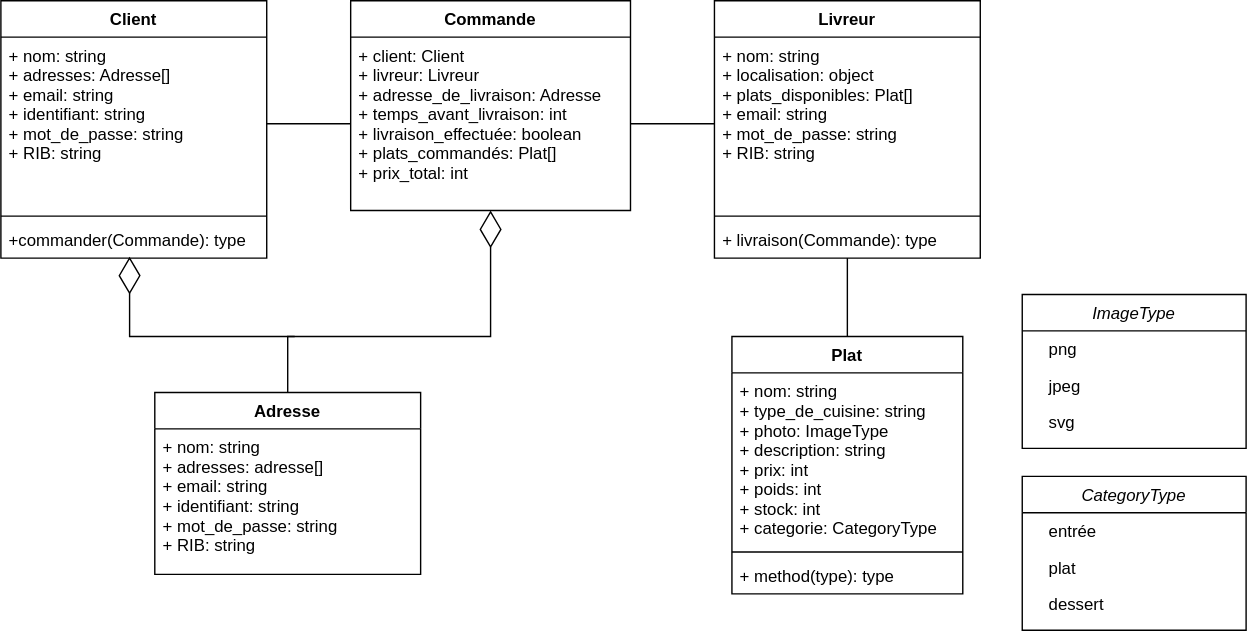
The draw.io diagram Class_Diagram.drawio.svg in TheoBernard97/ExpressFood, before a commit. Source tidied: cells renumbered, new cells last; positions are measured from the earlier drawing's top-left corner, leaving out a move shared by most shapes. The source it was exported from:
```xml
<mxGraphModel>
  <root>
    <mxCell id="0" />
    <mxCell id="1" parent="0" />
    <mxCell id="2" value="Client" style="swimlane;fontStyle=1;align=center;verticalAlign=top;horizontal=1;startSize=26;" parent="1" vertex="1">
      <mxGeometry width="190" height="184" as="geometry" />
    </mxCell>
    <mxCell id="3" value="+ nom: string&#10;+ adresses: Adresse[]&#10;+ email: string&#10;+ identifiant: string&#10;+ mot_de_passe: string&#10;+ RIB: string" style="text;strokeColor=none;fillColor=none;align=left;verticalAlign=top;spacingLeft=4;spacingRight=4;overflow=hidden;points=[[0,0.5],[1,0.5]];portConstraint=eastwest;" parent="2" vertex="1">
      <mxGeometry y="26" width="190" height="124" as="geometry" />
    </mxCell>
    <mxCell id="4" style="line;strokeWidth=1;fillColor=none;align=left;verticalAlign=middle;spacingTop=-1;spacingLeft=3;spacingRight=3;labelPosition=right;" parent="2" vertex="1">
      <mxGeometry y="150" width="190" height="8" as="geometry" />
    </mxCell>
    <mxCell id="5" value="+commander(Commande): type" style="text;strokeColor=none;fillColor=none;align=left;verticalAlign=top;spacingLeft=4;spacingRight=4;overflow=hidden;points=[[0,0.5],[1,0.5]];portConstraint=eastwest;" parent="2" vertex="1">
      <mxGeometry y="158" width="190" height="26" as="geometry" />
    </mxCell>
    <mxCell id="6" value="Plat" style="swimlane;fontStyle=1;align=center;verticalAlign=top;horizontal=1;startSize=26;" parent="1" vertex="1">
      <mxGeometry x="522.5" y="240" width="165" height="184" as="geometry" />
    </mxCell>
    <mxCell id="7" value="+ nom: string&#10;+ type_de_cuisine: string&#10;+ photo: ImageType&#10;+ description: string&#10;+ prix: int&#10;+ poids: int&#10;+ stock: int&#10;+ categorie: CategoryType" style="text;strokeColor=none;fillColor=none;align=left;verticalAlign=top;spacingLeft=4;spacingRight=4;overflow=hidden;" parent="6" vertex="1">
      <mxGeometry y="26" width="165" height="124" as="geometry" />
    </mxCell>
    <mxCell id="8" style="line;strokeWidth=1;fillColor=none;align=left;verticalAlign=middle;spacingTop=-1;spacingLeft=3;spacingRight=3;labelPosition=right;" parent="6" vertex="1">
      <mxGeometry y="150" width="165" height="8" as="geometry" />
    </mxCell>
    <mxCell id="9" value="+ method(type): type" style="text;strokeColor=none;fillColor=none;align=left;verticalAlign=top;spacingLeft=4;spacingRight=4;overflow=hidden;" parent="6" vertex="1">
      <mxGeometry y="158" width="165" height="26" as="geometry" />
    </mxCell>
    <mxCell id="10" value="ImageType" style="swimlane;fontStyle=2;align=center;verticalAlign=top;horizontal=1;startSize=26;rounded=0;shadow=0;strokeWidth=1;" parent="1" vertex="1">
      <mxGeometry x="730" y="210" width="160" height="110" as="geometry" />
    </mxCell>
    <mxCell id="11" value="    png" style="text;align=left;verticalAlign=top;spacingLeft=4;spacingRight=4;overflow=hidden;" parent="10" vertex="1">
      <mxGeometry y="26" width="160" height="26" as="geometry" />
    </mxCell>
    <mxCell id="12" value="    jpeg" style="text;align=left;verticalAlign=top;spacingLeft=4;spacingRight=4;overflow=hidden;rounded=0;shadow=0;html=0;" parent="10" vertex="1">
      <mxGeometry y="52" width="160" height="26" as="geometry" />
    </mxCell>
    <mxCell id="13" value="    svg" style="text;align=left;verticalAlign=top;spacingLeft=4;spacingRight=4;overflow=hidden;rounded=0;shadow=0;html=0;" parent="10" vertex="1">
      <mxGeometry y="78" width="160" height="26" as="geometry" />
    </mxCell>
    <mxCell id="14" value="CategoryType" style="swimlane;fontStyle=2;align=center;verticalAlign=top;horizontal=1;startSize=26;rounded=0;shadow=0;strokeWidth=1;" parent="1" vertex="1">
      <mxGeometry x="730" y="340" width="160" height="110" as="geometry" />
    </mxCell>
    <mxCell id="15" value="    entrée" style="text;align=left;verticalAlign=top;spacingLeft=4;spacingRight=4;overflow=hidden;" parent="14" vertex="1">
      <mxGeometry y="26" width="160" height="26" as="geometry" />
    </mxCell>
    <mxCell id="16" value="    plat" style="text;align=left;verticalAlign=top;spacingLeft=4;spacingRight=4;overflow=hidden;rounded=0;shadow=0;html=0;" parent="14" vertex="1">
      <mxGeometry y="52" width="160" height="26" as="geometry" />
    </mxCell>
    <mxCell id="17" value="    dessert" style="text;align=left;verticalAlign=top;spacingLeft=4;spacingRight=4;overflow=hidden;rounded=0;shadow=0;html=0;" parent="14" vertex="1">
      <mxGeometry y="78" width="160" height="26" as="geometry" />
    </mxCell>
    <mxCell id="18" value="Livreur" style="swimlane;fontStyle=1;align=center;verticalAlign=top;horizontal=1;startSize=26;" parent="1" vertex="1">
      <mxGeometry x="510" width="190" height="184" as="geometry" />
    </mxCell>
    <mxCell id="19" value="+ nom: string&#10;+ localisation: object&#10;+ plats_disponibles: Plat[]&#10;+ email: string&#10;+ mot_de_passe: string&#10;+ RIB: string" style="text;strokeColor=none;fillColor=none;align=left;verticalAlign=top;spacingLeft=4;spacingRight=4;overflow=hidden;points=[[0,0.5],[1,0.5]];portConstraint=eastwest;" parent="18" vertex="1">
      <mxGeometry y="26" width="190" height="124" as="geometry" />
    </mxCell>
    <mxCell id="20" style="line;strokeWidth=1;fillColor=none;align=left;verticalAlign=middle;spacingTop=-1;spacingLeft=3;spacingRight=3;labelPosition=right;" parent="18" vertex="1">
      <mxGeometry y="150" width="190" height="8" as="geometry" />
    </mxCell>
    <mxCell id="21" value="+ livraison(Commande): type" style="text;strokeColor=none;fillColor=none;align=left;verticalAlign=top;spacingLeft=4;spacingRight=4;overflow=hidden;points=[[0,0.5],[1,0.5]];portConstraint=eastwest;" parent="18" vertex="1">
      <mxGeometry y="158" width="190" height="26" as="geometry" />
    </mxCell>
    <mxCell id="22" value="Commande" style="swimlane;fontStyle=1;align=center;verticalAlign=top;horizontal=1;startSize=26;" parent="1" vertex="1">
      <mxGeometry x="250" width="200" height="150" as="geometry" />
    </mxCell>
    <mxCell id="23" value="+ client: Client&#10;+ livreur: Livreur&#10;+ adresse_de_livraison: Adresse&#10;+ temps_avant_livraison: int&#10;+ livraison_effectuée: boolean&#10;+ plats_commandés: Plat[]&#10;+ prix_total: int" style="text;strokeColor=none;fillColor=none;align=left;verticalAlign=top;spacingLeft=4;spacingRight=4;overflow=hidden;points=[[0,0.5],[1,0.5]];portConstraint=eastwest;" parent="22" vertex="1">
      <mxGeometry y="26" width="200" height="124" as="geometry" />
    </mxCell>
    <mxCell id="24" style="endArrow=none;html=1;rounded=0;entryX=0.5;entryY=0;entryDx=0;entryDy=0;" parent="1" edge="1" source="21" target="6">
      <mxGeometry relative="1" as="geometry" />
    </mxCell>
    <mxCell id="25" value="Adresse" style="swimlane;fontStyle=1;align=center;verticalAlign=top;horizontal=1;startSize=26;" parent="1" vertex="1">
      <mxGeometry x="110" y="280" width="190" height="130" as="geometry" />
    </mxCell>
    <mxCell id="26" value="+ nom: string&#10;+ adresses: adresse[]&#10;+ email: string&#10;+ identifiant: string&#10;+ mot_de_passe: string&#10;+ RIB: string" style="text;strokeColor=none;fillColor=none;align=left;verticalAlign=top;spacingLeft=4;spacingRight=4;overflow=hidden;" parent="25" vertex="1">
      <mxGeometry y="26" width="190" height="104" as="geometry" />
    </mxCell>
    <mxCell id="27" style="endArrow=none;html=1;rounded=0;exitX=1;exitY=0.5;exitDx=0;exitDy=0;entryX=0;entryY=0.5;entryDx=0;entryDy=0;" parent="1" edge="1" source="3" target="23">
      <mxGeometry relative="1" as="geometry" />
    </mxCell>
    <mxCell id="28" style="endArrow=none;html=1;rounded=0;exitX=1;exitY=0.5;exitDx=0;exitDy=0;entryX=0;entryY=0.5;entryDx=0;entryDy=0;" parent="1" edge="1" source="23" target="19">
      <mxGeometry relative="1" as="geometry" />
    </mxCell>
    <mxCell id="29" style="endArrow=diamondThin;endFill=0;endSize=24;html=1;rounded=0;exitX=0.5;exitY=0;exitDx=0;exitDy=0;" parent="1" edge="1" source="25">
      <mxGeometry relative="1" as="geometry">
        <mxPoint x="350" y="150" as="targetPoint" />
        <Array as="points">
          <mxPoint x="205" y="240" />
          <mxPoint x="350" y="240" />
        </Array>
      </mxGeometry>
    </mxCell>
    <mxCell id="30" style="endArrow=diamondThin;endFill=0;endSize=24;html=1;rounded=0;entryX=0.484;entryY=0.962;entryDx=0;entryDy=0;entryPerimeter=0;" parent="1" edge="1" target="5">
      <mxGeometry relative="1" as="geometry">
        <mxPoint x="210" y="240" as="sourcePoint" />
        <Array as="points">
          <mxPoint x="210" y="240" />
          <mxPoint x="92" y="240" />
        </Array>
      </mxGeometry>
    </mxCell>
  </root>
</mxGraphModel>
```
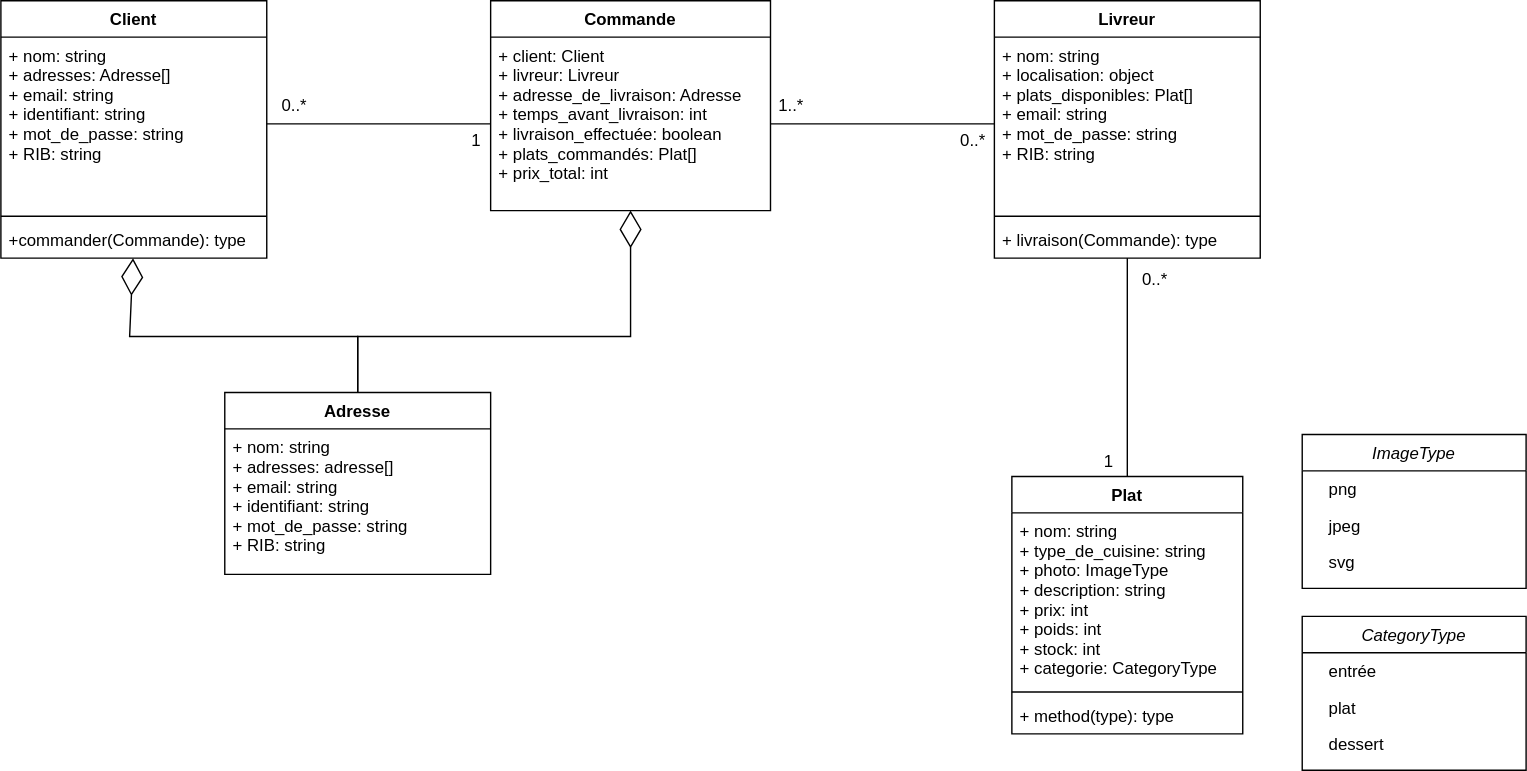
After the commit.

Change to the diagram source:
```diff
@@ -15,7 +15,7 @@
       <mxGeometry y="158" width="190" height="26" as="geometry" />
     </mxCell>
     <mxCell id="6" value="Plat" style="swimlane;fontStyle=1;align=center;verticalAlign=top;horizontal=1;startSize=26;" parent="1" vertex="1">
-      <mxGeometry x="522.5" y="240" width="165" height="184" as="geometry" />
+      <mxGeometry x="722.5" y="340" width="165" height="184" as="geometry" />
     </mxCell>
     <mxCell id="7" value="+ nom: string&#10;+ type_de_cuisine: string&#10;+ photo: ImageType&#10;+ description: string&#10;+ prix: int&#10;+ poids: int&#10;+ stock: int&#10;+ categorie: CategoryType" style="text;strokeColor=none;fillColor=none;align=left;verticalAlign=top;spacingLeft=4;spacingRight=4;overflow=hidden;" parent="6" vertex="1">
       <mxGeometry y="26" width="165" height="124" as="geometry" />
@@ -27,7 +27,7 @@
       <mxGeometry y="158" width="165" height="26" as="geometry" />
     </mxCell>
     <mxCell id="10" value="ImageType" style="swimlane;fontStyle=2;align=center;verticalAlign=top;horizontal=1;startSize=26;rounded=0;shadow=0;strokeWidth=1;" parent="1" vertex="1">
-      <mxGeometry x="730" y="210" width="160" height="110" as="geometry" />
+      <mxGeometry x="930" y="310" width="160" height="110" as="geometry" />
     </mxCell>
     <mxCell id="11" value="    png" style="text;align=left;verticalAlign=top;spacingLeft=4;spacingRight=4;overflow=hidden;" parent="10" vertex="1">
       <mxGeometry y="26" width="160" height="26" as="geometry" />
@@ -39,7 +39,7 @@
       <mxGeometry y="78" width="160" height="26" as="geometry" />
     </mxCell>
     <mxCell id="14" value="CategoryType" style="swimlane;fontStyle=2;align=center;verticalAlign=top;horizontal=1;startSize=26;rounded=0;shadow=0;strokeWidth=1;" parent="1" vertex="1">
-      <mxGeometry x="730" y="340" width="160" height="110" as="geometry" />
+      <mxGeometry x="930" y="440" width="160" height="110" as="geometry" />
     </mxCell>
     <mxCell id="15" value="    entrée" style="text;align=left;verticalAlign=top;spacingLeft=4;spacingRight=4;overflow=hidden;" parent="14" vertex="1">
       <mxGeometry y="26" width="160" height="26" as="geometry" />
@@ -51,7 +51,7 @@
       <mxGeometry y="78" width="160" height="26" as="geometry" />
     </mxCell>
     <mxCell id="18" value="Livreur" style="swimlane;fontStyle=1;align=center;verticalAlign=top;horizontal=1;startSize=26;" parent="1" vertex="1">
-      <mxGeometry x="510" width="190" height="184" as="geometry" />
+      <mxGeometry x="710" width="190" height="184" as="geometry" />
     </mxCell>
     <mxCell id="19" value="+ nom: string&#10;+ localisation: object&#10;+ plats_disponibles: Plat[]&#10;+ email: string&#10;+ mot_de_passe: string&#10;+ RIB: string" style="text;strokeColor=none;fillColor=none;align=left;verticalAlign=top;spacingLeft=4;spacingRight=4;overflow=hidden;points=[[0,0.5],[1,0.5]];portConstraint=eastwest;" parent="18" vertex="1">
       <mxGeometry y="26" width="190" height="124" as="geometry" />
@@ -63,7 +63,7 @@
       <mxGeometry y="158" width="190" height="26" as="geometry" />
     </mxCell>
     <mxCell id="22" value="Commande" style="swimlane;fontStyle=1;align=center;verticalAlign=top;horizontal=1;startSize=26;" parent="1" vertex="1">
-      <mxGeometry x="250" width="200" height="150" as="geometry" />
+      <mxGeometry x="350" width="200" height="150" as="geometry" />
     </mxCell>
     <mxCell id="23" value="+ client: Client&#10;+ livreur: Livreur&#10;+ adresse_de_livraison: Adresse&#10;+ temps_avant_livraison: int&#10;+ livraison_effectuée: boolean&#10;+ plats_commandés: Plat[]&#10;+ prix_total: int" style="text;strokeColor=none;fillColor=none;align=left;verticalAlign=top;spacingLeft=4;spacingRight=4;overflow=hidden;points=[[0,0.5],[1,0.5]];portConstraint=eastwest;" parent="22" vertex="1">
       <mxGeometry y="26" width="200" height="124" as="geometry" />
@@ -72,7 +72,7 @@
       <mxGeometry relative="1" as="geometry" />
     </mxCell>
     <mxCell id="25" value="Adresse" style="swimlane;fontStyle=1;align=center;verticalAlign=top;horizontal=1;startSize=26;" parent="1" vertex="1">
-      <mxGeometry x="110" y="280" width="190" height="130" as="geometry" />
+      <mxGeometry x="160" y="280" width="190" height="130" as="geometry" />
     </mxCell>
     <mxCell id="26" value="+ nom: string&#10;+ adresses: adresse[]&#10;+ email: string&#10;+ identifiant: string&#10;+ mot_de_passe: string&#10;+ RIB: string" style="text;strokeColor=none;fillColor=none;align=left;verticalAlign=top;spacingLeft=4;spacingRight=4;overflow=hidden;" parent="25" vertex="1">
       <mxGeometry y="26" width="190" height="104" as="geometry" />
@@ -83,23 +83,39 @@
     <mxCell id="28" style="endArrow=none;html=1;rounded=0;exitX=1;exitY=0.5;exitDx=0;exitDy=0;entryX=0;entryY=0.5;entryDx=0;entryDy=0;" parent="1" edge="1" source="23" target="19">
       <mxGeometry relative="1" as="geometry" />
     </mxCell>
-    <mxCell id="29" style="endArrow=diamondThin;endFill=0;endSize=24;html=1;rounded=0;exitX=0.5;exitY=0;exitDx=0;exitDy=0;" parent="1" edge="1" source="25">
-      <mxGeometry relative="1" as="geometry">
-        <mxPoint x="350" y="150" as="targetPoint" />
-        <Array as="points">
-          <mxPoint x="205" y="240" />
-          <mxPoint x="350" y="240" />
-        </Array>
-      </mxGeometry>
-    </mxCell>
-    <mxCell id="30" style="endArrow=diamondThin;endFill=0;endSize=24;html=1;rounded=0;entryX=0.484;entryY=0.962;entryDx=0;entryDy=0;entryPerimeter=0;" parent="1" edge="1" target="5">
+    <mxCell id="30" style="endArrow=diamondThin;endFill=0;endSize=24;html=1;rounded=0;exitX=0.5;exitY=0;exitDx=0;exitDy=0;" parent="1" edge="1" source="25" target="5">
       <mxGeometry relative="1" as="geometry">
-        <mxPoint x="210" y="240" as="sourcePoint" />
         <Array as="points">
-          <mxPoint x="210" y="240" />
+          <mxPoint x="255" y="240" />
           <mxPoint x="92" y="240" />
         </Array>
       </mxGeometry>
     </mxCell>
+    <mxCell id="31" style="endArrow=diamondThin;endFill=0;endSize=24;html=1;rounded=0;exitX=0.5;exitY=0;exitDx=0;exitDy=0;entryX=0.5;entryY=1;entryDx=0;entryDy=0;entryPerimeter=0;" parent="1" edge="1" source="25" target="23">
+      <mxGeometry relative="1" as="geometry">
+        <Array as="points">
+          <mxPoint x="255" y="240" />
+          <mxPoint x="450" y="240" />
+        </Array>
+      </mxGeometry>
+    </mxCell>
+    <mxCell id="32" value="0..*" style="text;html=1;strokeColor=none;fillColor=none;align=center;verticalAlign=middle;whiteSpace=wrap;rounded=0;" parent="1" vertex="1">
+      <mxGeometry x="200" y="65" width="20" height="20" as="geometry" />
+    </mxCell>
+    <mxCell id="33" value="1" style="text;html=1;strokeColor=none;fillColor=none;align=center;verticalAlign=middle;whiteSpace=wrap;rounded=0;" parent="1" vertex="1">
+      <mxGeometry x="330" y="90" width="20" height="20" as="geometry" />
+    </mxCell>
+    <mxCell id="34" value="0..*" style="text;html=1;strokeColor=none;fillColor=none;align=center;verticalAlign=middle;whiteSpace=wrap;rounded=0;" parent="1" vertex="1">
+      <mxGeometry x="680" y="90" width="30" height="20" as="geometry" />
+    </mxCell>
+    <mxCell id="35" value="1..*" style="text;html=1;strokeColor=none;fillColor=none;align=center;verticalAlign=middle;whiteSpace=wrap;rounded=0;" parent="1" vertex="1">
+      <mxGeometry x="550" y="65" width="30" height="20" as="geometry" />
+    </mxCell>
+    <mxCell id="36" value="0..*" style="text;html=1;strokeColor=none;fillColor=none;align=center;verticalAlign=middle;whiteSpace=wrap;rounded=0;" parent="1" vertex="1">
+      <mxGeometry x="810" y="190" width="30" height="20" as="geometry" />
+    </mxCell>
+    <mxCell id="37" value="1" style="text;html=1;strokeColor=none;fillColor=none;align=center;verticalAlign=middle;whiteSpace=wrap;rounded=0;" parent="1" vertex="1">
+      <mxGeometry x="777" y="320" width="30" height="20" as="geometry" />
+    </mxCell>
   </root>
 </mxGraphModel>
```
